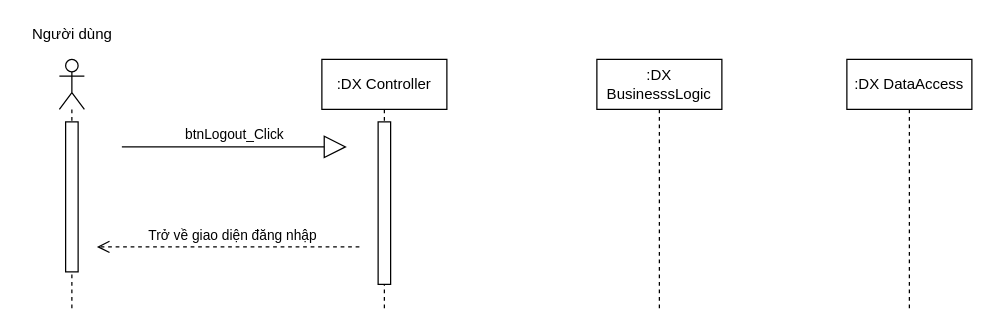
Before: U14 New.drawio in haihak/haihak, a draw.io diagram. Source tidied: cells renumbered, new cells numbered last; positions are measured from the earlier drawing's top-left corner, leaving out a move shared by most shapes. Both pictures are drawn from the tidied source at 125%, with x=0, y=0 at pixel (21, 21).
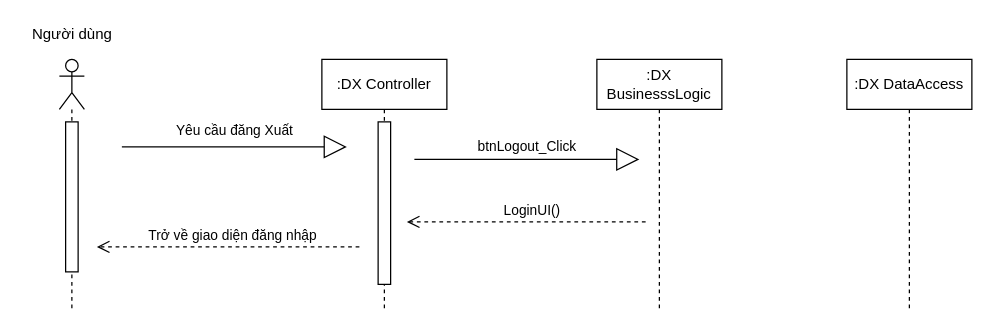
Above is the later version.

Change to the diagram source:
```diff
@@
 <mxGraphModel>
   <root>
     <mxCell id="0" />
     <mxCell id="1" parent="0" />
     <mxCell id="2" style="shape=umlLifeline;participant=umlActor;perimeter=lifelinePerimeter;whiteSpace=wrap;html=1;verticalAlign=top;spacingTop=36;" parent="1" vertex="1">
       <mxGeometry x="30" y="30" width="20" height="200" as="geometry" />
     </mxCell>
     <mxCell id="3" style="html=1;perimeter=orthogonalPerimeter;" parent="2" vertex="1">
       <mxGeometry x="5" y="50" width="10" height="120" as="geometry" />
     </mxCell>
     <mxCell id="4" value=":DX Controller" style="shape=umlLifeline;perimeter=lifelinePerimeter;whiteSpace=wrap;html=1;" parent="1" vertex="1">
       <mxGeometry x="240" y="30" width="100" height="200" as="geometry" />
     </mxCell>
     <mxCell id="5" style="html=1;perimeter=orthogonalPerimeter;" parent="4" vertex="1">
       <mxGeometry x="45" y="50" width="10" height="130" as="geometry" />
     </mxCell>
     <mxCell id="6" value=":DX BusinesssLogic" style="shape=umlLifeline;perimeter=lifelinePerimeter;whiteSpace=wrap;html=1;" parent="1" vertex="1">
       <mxGeometry x="460" y="30" width="100" height="200" as="geometry" />
     </mxCell>
     <mxCell id="7" value=":DX DataAccess" style="shape=umlLifeline;perimeter=lifelinePerimeter;whiteSpace=wrap;html=1;" parent="1" vertex="1">
       <mxGeometry x="660" y="30" width="100" height="200" as="geometry" />
     </mxCell>
-    <mxCell id="8" value="btnLogout_Click" style="endArrow=block;endSize=16;endFill=0;html=1;rounded=0;edgeStyle=orthogonalEdgeStyle;" parent="1" edge="1">
-      <mxGeometry y="10" relative="1" as="geometry">
+    <mxCell id="8" value="&lt;br&gt;Yêu cầu đăng Xuất" style="endArrow=block;endSize=16;endFill=0;html=1;rounded=0;edgeStyle=orthogonalEdgeStyle;" parent="1" edge="1">
+      <mxGeometry y="20" relative="1" as="geometry">
         <mxPoint x="80" y="100" as="sourcePoint" />
         <mxPoint x="260" y="100" as="targetPoint" />
       </mxGeometry>
     </mxCell>
     <mxCell id="9" value="Trở về giao diện đăng nhập&amp;nbsp;" style="html=1;verticalAlign=bottom;endArrow=open;dashed=1;endSize=8;rounded=0;edgeStyle=orthogonalEdgeStyle;" parent="1" edge="1">
       <mxGeometry x="-0.05" relative="1" as="geometry">
         <mxPoint x="270" y="180" as="sourcePoint" />
         <mxPoint x="60" y="180" as="targetPoint" />
       </mxGeometry>
     </mxCell>
     <mxCell id="10" value="Người dùng" style="text;html=1;align=center;verticalAlign=middle;strokeColor=none;fillColor=none;" parent="1" vertex="1">
       <mxGeometry width="80" height="20" as="geometry" />
     </mxCell>
+    <mxCell id="11" value="btnLogout_Click" style="endArrow=block;endSize=16;endFill=0;html=1;rounded=0;edgeStyle=orthogonalEdgeStyle;" parent="1" edge="1">
+      <mxGeometry y="10" relative="1" as="geometry">
+        <mxPoint x="314" y="110" as="sourcePoint" />
+        <mxPoint x="494" y="110" as="targetPoint" />
+      </mxGeometry>
+    </mxCell>
+    <mxCell id="12" value="LoginUI()" style="html=1;verticalAlign=bottom;endArrow=open;dashed=1;endSize=8;rounded=0;edgeStyle=orthogonalEdgeStyle;" parent="1" edge="1">
+      <mxGeometry x="-0.05" relative="1" as="geometry">
+        <mxPoint x="499" y="160" as="sourcePoint" />
+        <mxPoint x="308" y="160" as="targetPoint" />
+      </mxGeometry>
+    </mxCell>
   </root>
 </mxGraphModel>
```
